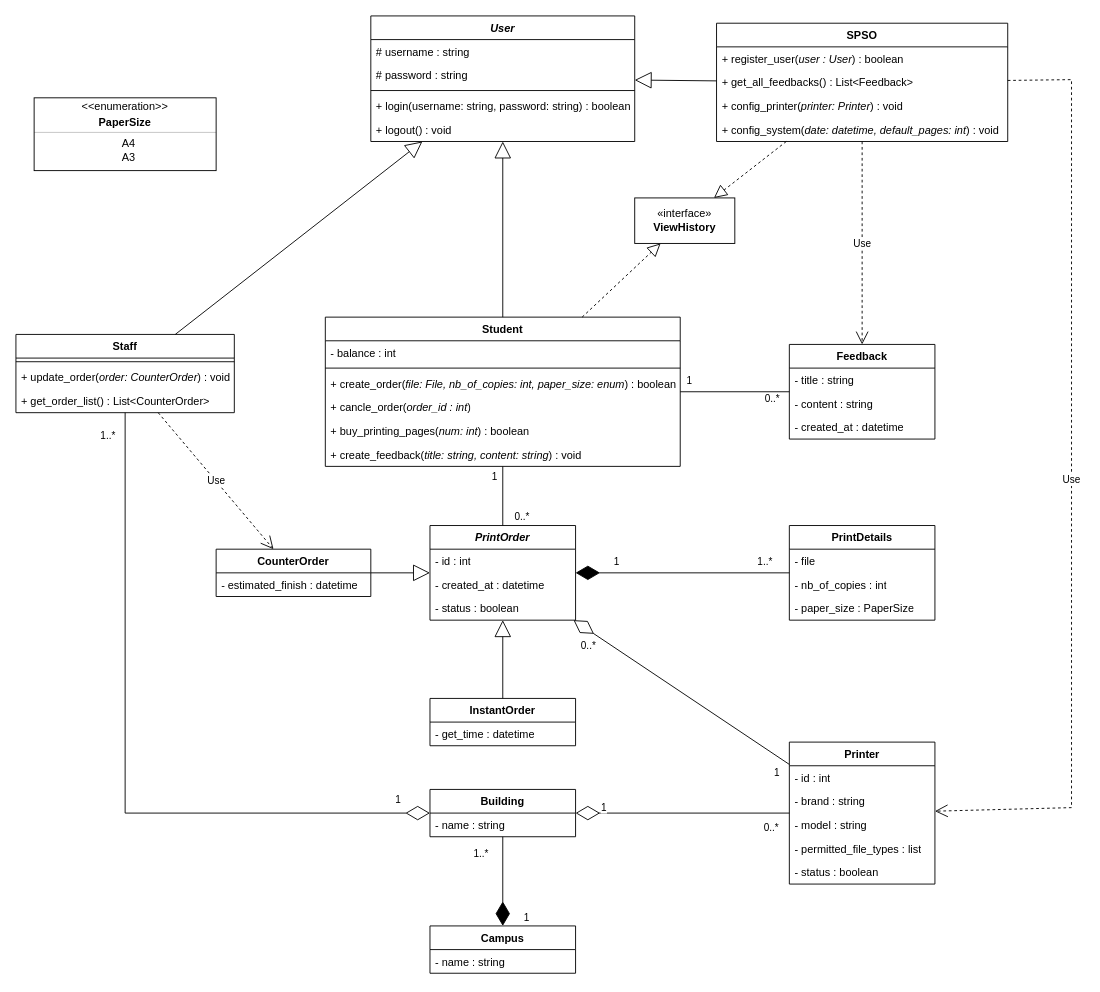
Above: printing-module-class-diagram.drawio in blueonline07/auth-demo (draw.io), before the change. Source tidied: cells renumbered, new cells numbered last; positions are measured from the earlier drawing's top-left corner, leaving out a move shared by most shapes. Both pictures are drawn from the tidied source at 91%, with x=0, y=0 at pixel (15, 15).
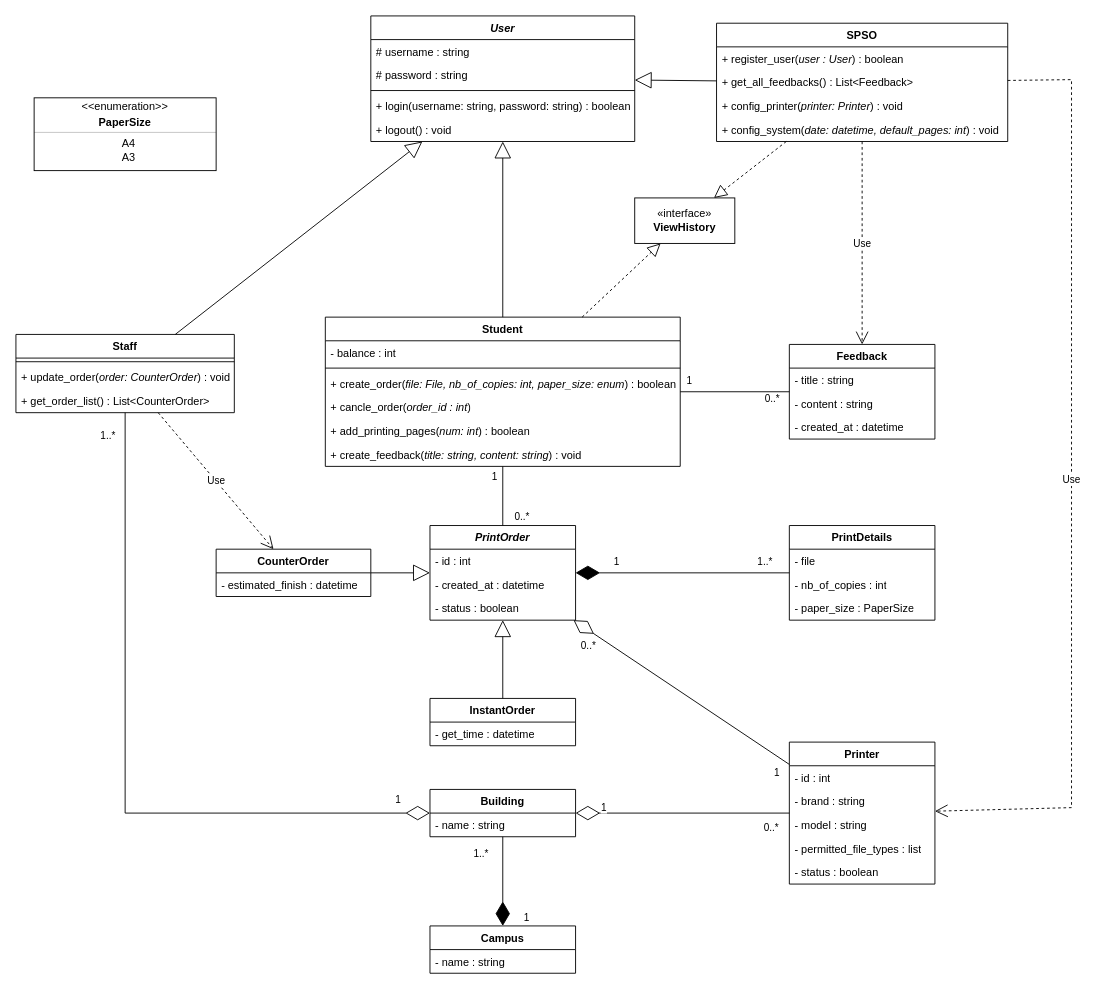
Above is the later version.

Unchanged cells that the change refers to:
```xml
<mxCell id="12" value="Student" style="swimlane;fontStyle=1;align=center;verticalAlign=top;horizontal=1;startSize=26;whiteSpace=wrap;html=1;" parent="1" vertex="1">
  <mxGeometry x="340" y="331" width="390" height="164" as="geometry" />
</mxCell>
```

Diff of the diagram source:
```diff
@@
-    <mxCell id="17" value="+ buy_printing_pages(&lt;i&gt;num: int&lt;/i&gt;) : boolean" style="text;strokeColor=none;fillColor=none;align=left;verticalAlign=top;spacingLeft=4;spacingRight=4;overflow=hidden;whiteSpace=wrap;html=1;" parent="12" vertex="1">
+    <mxCell id="17" value="+ add_printing_pages(&lt;i&gt;num: int&lt;/i&gt;) : boolean" style="text;strokeColor=none;fillColor=none;align=left;verticalAlign=top;spacingLeft=4;spacingRight=4;overflow=hidden;whiteSpace=wrap;html=1;" parent="12" vertex="1">
       <mxGeometry y="112" width="390" height="26" as="geometry" />
     </mxCell>
```
